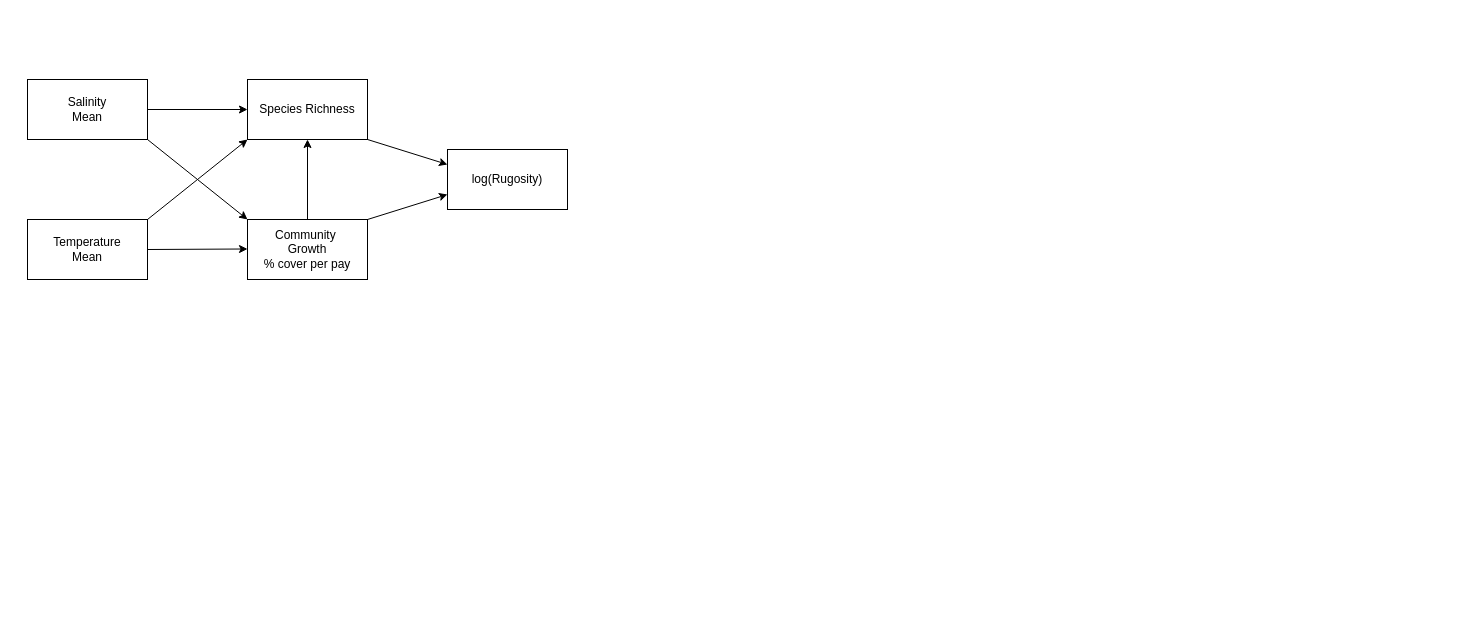
mawhal/panels-complexity keeps this draw.io diagram as sem/Panels SEM.drawio. Above is the earlier version. Source tidied: cells renumbered, new cells numbered last; positions are measured from the earlier drawing's top-left corner, leaving out a move shared by most shapes. Both pictures are drawn from the tidied source at 100%, with x=0, y=0 at pixel (27, 79).
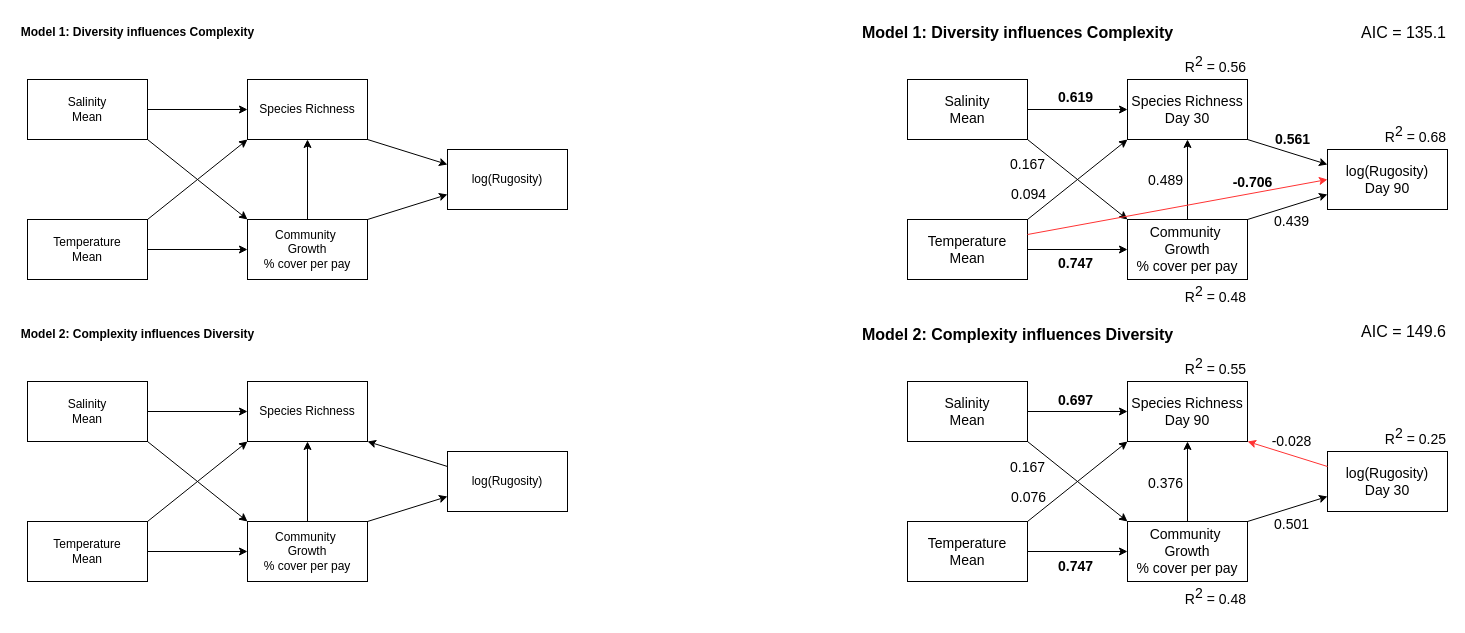
The same page after the edit.

Unchanged cells that the change refers to:
```xml
<mxCell id="3" value="Salinity&lt;div&gt;Mean&lt;/div&gt;" style="rounded=0;whiteSpace=wrap;html=1;" parent="1" vertex="1">
  <mxGeometry width="120" height="60" as="geometry" />
</mxCell>
<mxCell id="4" value="Community&amp;nbsp;&lt;div&gt;Growth&lt;/div&gt;&lt;div&gt;% cover per pay&lt;/div&gt;" style="whiteSpace=wrap;html=1;rounded=0;" parent="1" vertex="1">
  <mxGeometry x="220" y="140" width="120" height="60" as="geometry" />
</mxCell>
<mxCell id="5" value="Species Richness" style="whiteSpace=wrap;html=1;rounded=0;" parent="1" vertex="1">
  <mxGeometry x="220" width="120" height="60" as="geometry" />
</mxCell>
<mxCell id="7" value="Temperature&lt;div&gt;Mean&lt;/div&gt;" style="rounded=0;whiteSpace=wrap;html=1;" parent="1" vertex="1">
  <mxGeometry y="140" width="120" height="60" as="geometry" />
</mxCell>
<mxCell id="8" value="log(Rugosity)" style="whiteSpace=wrap;html=1;rounded=0;" parent="1" vertex="1">
  <mxGeometry x="420" y="70" width="120" height="60" as="geometry" />
</mxCell>
```

Change to the diagram source:
```diff
@@
-    <mxCell id="2" style="edgeStyle=orthogonalEdgeStyle;rounded=0;jettySize=auto;html=1;" parent="1" edge="1" source="3" target="5">
-      <mxGeometry relative="1" as="geometry" />
-    </mxCell>
@@
-    <mxCell id="9" style="endArrow=classic;html=1;rounded=0;entryX=0;entryY=0.25;entryDx=0;entryDy=0;" parent="1" edge="1" target="8">
-      <mxGeometry relative="1" as="geometry">
-        <mxPoint x="340" y="60" as="sourcePoint" />
-      </mxGeometry>
+    <mxCell id="9" style="endArrow=classic;html=1;rounded=0;entryX=0;entryY=0.25;entryDx=0;entryDy=0;exitX=1;exitY=1;exitDx=0;exitDy=0;" parent="1" edge="1" source="5" target="8">
+      <mxGeometry relative="1" as="geometry" />
     </mxCell>
@@
-    <mxCell id="11" style="edgeStyle=orthogonalEdgeStyle;rounded=0;jettySize=auto;html=1;exitX=1;exitY=0.5;exitDx=0;exitDy=0;" parent="1" edge="1" source="7">
-      <mxGeometry relative="1" as="geometry">
-        <mxPoint x="220" y="169.5" as="targetPoint" />
-      </mxGeometry>
-    </mxCell>
-    <mxCell id="12" style="endArrow=classic;html=1;rounded=0;exitX=1;exitY=0;exitDx=0;exitDy=0;entryX=0;entryY=0.75;entryDx=0;entryDy=0;" parent="1" edge="1" source="4" target="8">
-      <mxGeometry relative="1" as="geometry" />
+    <mxCell id="12" style="endArrow=classic;html=1;rounded=0;exitX=1;exitY=0;exitDx=0;exitDy=0;entryX=0;entryY=0.75;entryDx=0;entryDy=0;" parent="1" edge="1">
+      <mxGeometry relative="1" as="geometry">
+        <mxPoint x="340" y="442" as="sourcePoint" />
+        <mxPoint x="420" y="417" as="targetPoint" />
+      </mxGeometry>
     </mxCell>
@@
+    <mxCell id="14" value="Model 1: Diversity influences Complexity" style="text;html=1;align=center;verticalAlign=middle;strokeColor=none;fillColor=none;fontStyle=1;" parent="1" vertex="1">
+      <mxGeometry x="-10" y="-62" width="240" height="30" as="geometry" />
+    </mxCell>
+    <mxCell id="15" value="Salinity&lt;div&gt;Mean&lt;/div&gt;" style="rounded=0;whiteSpace=wrap;html=1;" parent="1" vertex="1">
+      <mxGeometry y="302" width="120" height="60" as="geometry" />
+    </mxCell>
+    <mxCell id="16" value="Community&amp;nbsp;&lt;div&gt;Growth&lt;/div&gt;&lt;div&gt;% cover per pay&lt;/div&gt;" style="whiteSpace=wrap;html=1;rounded=0;" parent="1" vertex="1">
+      <mxGeometry x="220" y="442" width="120" height="60" as="geometry" />
+    </mxCell>
+    <mxCell id="17" value="Species Richness" style="whiteSpace=wrap;html=1;rounded=0;" parent="1" vertex="1">
+      <mxGeometry x="220" y="302" width="120" height="60" as="geometry" />
+    </mxCell>
+    <mxCell id="18" style="endArrow=classic;html=1;rounded=0;entryX=0;entryY=0;entryDx=0;entryDy=0;exitX=1;exitY=1;exitDx=0;exitDy=0;" parent="1" edge="1" source="15" target="16">
+      <mxGeometry relative="1" as="geometry" />
+    </mxCell>
+    <mxCell id="19" value="Temperature&lt;div&gt;Mean&lt;/div&gt;" style="rounded=0;whiteSpace=wrap;html=1;" parent="1" vertex="1">
+      <mxGeometry y="442" width="120" height="60" as="geometry" />
+    </mxCell>
+    <mxCell id="20" value="log(Rugosity)" style="whiteSpace=wrap;html=1;rounded=0;" parent="1" vertex="1">
+      <mxGeometry x="420" y="372" width="120" height="60" as="geometry" />
+    </mxCell>
+    <mxCell id="21" style="endArrow=classic;html=1;rounded=0;entryX=1;entryY=1;entryDx=0;entryDy=0;exitX=0;exitY=0.25;exitDx=0;exitDy=0;" parent="1" edge="1" source="20" target="17">
+      <mxGeometry relative="1" as="geometry" />
+    </mxCell>
+    <mxCell id="22" style="endArrow=classic;html=1;rounded=0;entryX=0;entryY=1;entryDx=0;entryDy=0;exitX=1;exitY=0;exitDx=0;exitDy=0;" parent="1" edge="1" source="19" target="17">
+      <mxGeometry relative="1" as="geometry" />
+    </mxCell>
+    <mxCell id="23" style="endArrow=classic;html=1;rounded=0;exitX=0.5;exitY=0;exitDx=0;exitDy=0;entryX=0.5;entryY=1;entryDx=0;entryDy=0;" parent="1" edge="1" source="16" target="17">
+      <mxGeometry relative="1" as="geometry" />
+    </mxCell>
+    <mxCell id="24" value="Model 2: Complexity influences Diversity" style="text;html=1;align=center;verticalAlign=middle;strokeColor=none;fillColor=none;fontStyle=1;" parent="1" vertex="1">
+      <mxGeometry x="-10" y="240" width="240" height="30" as="geometry" />
+    </mxCell>
+    <mxCell id="25" style="endArrow=classic;html=1;rounded=0;exitX=1;exitY=0.5;exitDx=0;exitDy=0;entryX=0;entryY=0.5;entryDx=0;entryDy=0;" parent="1" edge="1" source="15" target="17">
+      <mxGeometry relative="1" as="geometry" />
+    </mxCell>
+    <mxCell id="26" style="endArrow=classic;html=1;rounded=0;exitX=1;exitY=0.5;exitDx=0;exitDy=0;entryX=0;entryY=0.5;entryDx=0;entryDy=0;" parent="1" edge="1" source="19" target="16">
+      <mxGeometry relative="1" as="geometry" />
+    </mxCell>
+    <mxCell id="2" style="endArrow=classic;html=1;rounded=0;exitX=1;exitY=0.5;exitDx=0;exitDy=0;entryX=0;entryY=0.5;entryDx=0;entryDy=0;" parent="1" edge="1" source="3" target="5">
+      <mxGeometry relative="1" as="geometry" />
+    </mxCell>
+    <mxCell id="27" style="endArrow=classic;html=1;rounded=0;exitX=1;exitY=0.5;exitDx=0;exitDy=0;entryX=0;entryY=0.5;entryDx=0;entryDy=0;" parent="1" edge="1" source="7" target="4">
+      <mxGeometry relative="1" as="geometry" />
+    </mxCell>
+    <mxCell id="28" value="Salinity&lt;div style=&quot;font-size: 14px;&quot;&gt;Mean&lt;/div&gt;" style="rounded=0;whiteSpace=wrap;html=1;fontSize=14;" parent="1" vertex="1">
+      <mxGeometry x="880" width="120" height="60" as="geometry" />
+    </mxCell>
+    <mxCell id="29" value="Community&amp;nbsp;&lt;div style=&quot;font-size: 14px;&quot;&gt;Growth&lt;/div&gt;&lt;div style=&quot;font-size: 14px;&quot;&gt;% cover per pay&lt;/div&gt;" style="whiteSpace=wrap;html=1;rounded=0;fontSize=14;" parent="1" vertex="1">
+      <mxGeometry x="1100" y="140" width="120" height="60" as="geometry" />
+    </mxCell>
+    <mxCell id="30" value="Species Richness&lt;div style=&quot;font-size: 14px;&quot;&gt;Day 30&lt;/div&gt;" style="whiteSpace=wrap;html=1;rounded=0;fontSize=14;" parent="1" vertex="1">
+      <mxGeometry x="1100" width="120" height="60" as="geometry" />
+    </mxCell>
+    <mxCell id="31" style="endArrow=classic;html=1;rounded=0;entryX=0;entryY=0;entryDx=0;entryDy=0;exitX=1;exitY=1;exitDx=0;exitDy=0;fontSize=14;" parent="1" edge="1" source="28" target="29">
+      <mxGeometry relative="1" as="geometry" />
+    </mxCell>
+    <mxCell id="32" value="Temperature&lt;div style=&quot;font-size: 14px;&quot;&gt;Mean&lt;/div&gt;" style="rounded=0;whiteSpace=wrap;html=1;fontSize=14;" parent="1" vertex="1">
+      <mxGeometry x="880" y="140" width="120" height="60" as="geometry" />
+    </mxCell>
+    <mxCell id="33" value="log(Rugosity)&lt;div style=&quot;font-size: 14px;&quot;&gt;Day 90&lt;/div&gt;" style="whiteSpace=wrap;html=1;rounded=0;fontSize=14;" parent="1" vertex="1">
+      <mxGeometry x="1300" y="70" width="120" height="60" as="geometry" />
+    </mxCell>
+    <mxCell id="34" style="endArrow=classic;html=1;rounded=0;entryX=0;entryY=0.25;entryDx=0;entryDy=0;exitX=1;exitY=1;exitDx=0;exitDy=0;fontSize=14;" parent="1" edge="1" source="30" target="33">
+      <mxGeometry relative="1" as="geometry" />
+    </mxCell>
+    <mxCell id="35" style="endArrow=classic;html=1;rounded=0;entryX=0;entryY=1;entryDx=0;entryDy=0;exitX=1;exitY=0;exitDx=0;exitDy=0;curved=0;fontSize=14;" parent="1" edge="1" source="32" target="30">
+      <mxGeometry relative="1" as="geometry" />
+    </mxCell>
+    <mxCell id="36" style="endArrow=classic;html=1;rounded=0;exitX=1;exitY=0;exitDx=0;exitDy=0;entryX=0;entryY=0.75;entryDx=0;entryDy=0;fontSize=14;" parent="1" edge="1">
+      <mxGeometry relative="1" as="geometry">
+        <mxPoint x="1220" y="442" as="sourcePoint" />
+        <mxPoint x="1300" y="417" as="targetPoint" />
+      </mxGeometry>
+    </mxCell>
+    <mxCell id="37" style="endArrow=classic;html=1;rounded=0;exitX=0.5;exitY=0;exitDx=0;exitDy=0;entryX=0.5;entryY=1;entryDx=0;entryDy=0;fontSize=14;" parent="1" edge="1" source="29" target="30">
+      <mxGeometry relative="1" as="geometry" />
+    </mxCell>
+    <mxCell id="38" value="Model 1: Diversity influences Complexity" style="text;html=1;align=center;verticalAlign=middle;strokeColor=none;fillColor=none;fontStyle=1;fontSize=16;" parent="1" vertex="1">
+      <mxGeometry x="835" y="-62" width="310" height="30" as="geometry" />
+    </mxCell>
+    <mxCell id="39" value="Salinity&lt;div style=&quot;font-size: 14px;&quot;&gt;Mean&lt;/div&gt;" style="rounded=0;whiteSpace=wrap;html=1;fontSize=14;" parent="1" vertex="1">
+      <mxGeometry x="880" y="302" width="120" height="60" as="geometry" />
+    </mxCell>
+    <mxCell id="40" value="Community&amp;nbsp;&lt;div style=&quot;font-size: 14px;&quot;&gt;Growth&lt;/div&gt;&lt;div style=&quot;font-size: 14px;&quot;&gt;% cover per pay&lt;/div&gt;" style="whiteSpace=wrap;html=1;rounded=0;fontSize=14;" parent="1" vertex="1">
+      <mxGeometry x="1100" y="442" width="120" height="60" as="geometry" />
+    </mxCell>
+    <mxCell id="41" value="Species Richness&lt;div style=&quot;font-size: 14px;&quot;&gt;Day 90&lt;/div&gt;" style="whiteSpace=wrap;html=1;rounded=0;fontSize=14;" parent="1" vertex="1">
+      <mxGeometry x="1100" y="302" width="120" height="60" as="geometry" />
+    </mxCell>
+    <mxCell id="42" style="endArrow=classic;html=1;rounded=0;entryX=0;entryY=0;entryDx=0;entryDy=0;exitX=1;exitY=1;exitDx=0;exitDy=0;fontSize=14;" parent="1" edge="1" source="39" target="40">
+      <mxGeometry relative="1" as="geometry" />
+    </mxCell>
+    <mxCell id="43" value="Temperature&lt;div style=&quot;font-size: 14px;&quot;&gt;Mean&lt;/div&gt;" style="rounded=0;whiteSpace=wrap;html=1;fontSize=14;" parent="1" vertex="1">
+      <mxGeometry x="880" y="442" width="120" height="60" as="geometry" />
+    </mxCell>
+    <mxCell id="44" value="log(Rugosity)&lt;div style=&quot;font-size: 14px;&quot;&gt;Day 30&lt;/div&gt;" style="whiteSpace=wrap;html=1;rounded=0;fontSize=14;" parent="1" vertex="1">
+      <mxGeometry x="1300" y="372" width="120" height="60" as="geometry" />
+    </mxCell>
+    <mxCell id="45" style="endArrow=classic;html=1;rounded=0;entryX=1;entryY=1;entryDx=0;entryDy=0;exitX=0;exitY=0.25;exitDx=0;exitDy=0;strokeColor=#FF3333;fontSize=14;" parent="1" edge="1" source="44" target="41">
+      <mxGeometry relative="1" as="geometry" />
+    </mxCell>
+    <mxCell id="46" style="endArrow=classic;html=1;rounded=0;entryX=0;entryY=1;entryDx=0;entryDy=0;exitX=1;exitY=0;exitDx=0;exitDy=0;fontSize=14;" parent="1" edge="1" source="43" target="41">
+      <mxGeometry relative="1" as="geometry" />
+    </mxCell>
+    <mxCell id="47" style="endArrow=classic;html=1;rounded=0;exitX=0.5;exitY=0;exitDx=0;exitDy=0;entryX=0.5;entryY=1;entryDx=0;entryDy=0;fontSize=14;" parent="1" edge="1" source="40" target="41">
+      <mxGeometry relative="1" as="geometry" />
+    </mxCell>
+    <mxCell id="48" value="Model 2: Complexity influences Diversity" style="text;html=1;align=center;verticalAlign=middle;strokeColor=none;fillColor=none;fontStyle=1;fontSize=16;" parent="1" vertex="1">
+      <mxGeometry x="835" y="240" width="310" height="30" as="geometry" />
+    </mxCell>
+    <mxCell id="49" style="endArrow=classic;html=1;rounded=0;exitX=1;exitY=0.5;exitDx=0;exitDy=0;entryX=0;entryY=0.5;entryDx=0;entryDy=0;fontSize=14;" parent="1" edge="1" source="39" target="41">
+      <mxGeometry relative="1" as="geometry" />
+    </mxCell>
+    <mxCell id="50" style="endArrow=classic;html=1;rounded=0;exitX=1;exitY=0.5;exitDx=0;exitDy=0;entryX=0;entryY=0.5;entryDx=0;entryDy=0;fontSize=14;" parent="1" edge="1" source="43" target="40">
+      <mxGeometry relative="1" as="geometry" />
+    </mxCell>
+    <mxCell id="51" style="endArrow=classic;html=1;rounded=0;exitX=1;exitY=0.5;exitDx=0;exitDy=0;entryX=0;entryY=0.5;entryDx=0;entryDy=0;fontSize=14;" parent="1" edge="1" source="28" target="30">
+      <mxGeometry relative="1" as="geometry" />
+    </mxCell>
+    <mxCell id="52" style="endArrow=classic;html=1;rounded=0;exitX=1;exitY=0.5;exitDx=0;exitDy=0;entryX=0;entryY=0.5;entryDx=0;entryDy=0;fontSize=14;" parent="1" edge="1" source="32" target="29">
+      <mxGeometry relative="1" as="geometry" />
+    </mxCell>
+    <mxCell id="53" value="AIC = 149.6" style="text;html=1;align=right;verticalAlign=middle;strokeColor=none;fillColor=none;fontSize=16;" parent="1" vertex="1">
+      <mxGeometry x="1310" y="237" width="110" height="30" as="geometry" />
+    </mxCell>
+    <mxCell id="54" value="AIC = 135.1" style="text;html=1;align=right;verticalAlign=middle;strokeColor=none;fillColor=none;fontSize=16;" parent="1" vertex="1">
+      <mxGeometry x="1310" y="-62" width="110" height="30" as="geometry" />
+    </mxCell>
+    <mxCell id="55" style="endArrow=classic;html=1;rounded=0;exitX=1;exitY=0.25;exitDx=0;exitDy=0;entryX=0;entryY=0.5;entryDx=0;entryDy=0;strokeColor=#FF3333;fontSize=14;" parent="1" edge="1">
+      <mxGeometry relative="1" as="geometry">
+        <mxPoint x="1000" y="155" as="sourcePoint" />
+        <mxPoint x="1300" y="100" as="targetPoint" />
+      </mxGeometry>
+    </mxCell>
+    <mxCell id="56" style="endArrow=classic;html=1;rounded=0;exitX=1;exitY=0;exitDx=0;exitDy=0;entryX=0;entryY=0.75;entryDx=0;entryDy=0;" parent="1" edge="1">
+      <mxGeometry relative="1" as="geometry">
+        <mxPoint x="340" y="140" as="sourcePoint" />
+        <mxPoint x="420" y="115" as="targetPoint" />
+      </mxGeometry>
+    </mxCell>
+    <mxCell id="57" style="endArrow=classic;html=1;rounded=0;exitX=1;exitY=0;exitDx=0;exitDy=0;entryX=0;entryY=0.75;entryDx=0;entryDy=0;fontSize=14;" parent="1" edge="1">
+      <mxGeometry relative="1" as="geometry">
+        <mxPoint x="1220" y="140" as="sourcePoint" />
+        <mxPoint x="1300" y="115" as="targetPoint" />
+      </mxGeometry>
+    </mxCell>
+    <mxCell id="58" value="&lt;div style=&quot;font-size: 14px;&quot;&gt;&lt;span style=&quot;background-color: initial; font-size: 14px;&quot;&gt;R&lt;/span&gt;&lt;sup style=&quot;background-color: initial; font-size: 14px;&quot;&gt;2 &lt;/sup&gt;&lt;span style=&quot;background-color: initial; font-size: 14px;&quot;&gt;= 0.68&lt;/span&gt;&lt;/div&gt;" style="text;html=1;align=right;verticalAlign=middle;strokeColor=none;fillColor=none;fontSize=14;" parent="1" vertex="1">
+      <mxGeometry x="1340" y="35" width="80" height="40" as="geometry" />
+    </mxCell>
+    <mxCell id="59" value="&lt;div style=&quot;font-size: 14px;&quot;&gt;&lt;span style=&quot;background-color: initial; font-size: 14px;&quot;&gt;R&lt;/span&gt;&lt;sup style=&quot;background-color: initial; font-size: 14px;&quot;&gt;2 &lt;/sup&gt;&lt;span style=&quot;background-color: initial; font-size: 14px;&quot;&gt;= 0.56&lt;/span&gt;&lt;/div&gt;" style="text;html=1;align=right;verticalAlign=middle;strokeColor=none;fillColor=none;fontSize=14;" parent="1" vertex="1">
+      <mxGeometry x="1140" y="-35" width="80" height="40" as="geometry" />
+    </mxCell>
+    <mxCell id="60" value="&lt;div style=&quot;font-size: 14px;&quot;&gt;&lt;span style=&quot;background-color: initial; font-size: 14px;&quot;&gt;R&lt;/span&gt;&lt;sup style=&quot;background-color: initial; font-size: 14px;&quot;&gt;2 &lt;/sup&gt;&lt;span style=&quot;background-color: initial; font-size: 14px;&quot;&gt;= 0.48&lt;/span&gt;&lt;/div&gt;" style="text;html=1;align=right;verticalAlign=middle;strokeColor=none;fillColor=none;fontSize=14;" parent="1" vertex="1">
+      <mxGeometry x="1140" y="195" width="80" height="40" as="geometry" />
+    </mxCell>
+    <mxCell id="61" value="&lt;div style=&quot;font-size: 14px;&quot;&gt;&lt;span style=&quot;background-color: initial; font-size: 14px;&quot;&gt;R&lt;/span&gt;&lt;sup style=&quot;background-color: initial; font-size: 14px;&quot;&gt;2 &lt;/sup&gt;&lt;span style=&quot;background-color: initial; font-size: 14px;&quot;&gt;= 0.25&lt;/span&gt;&lt;/div&gt;" style="text;html=1;align=right;verticalAlign=middle;strokeColor=none;fillColor=none;fontSize=14;" parent="1" vertex="1">
+      <mxGeometry x="1340" y="337" width="80" height="40" as="geometry" />
+    </mxCell>
+    <mxCell id="62" value="&lt;div style=&quot;font-size: 14px;&quot;&gt;&lt;span style=&quot;background-color: initial; font-size: 14px;&quot;&gt;R&lt;/span&gt;&lt;sup style=&quot;background-color: initial; font-size: 14px;&quot;&gt;2 &lt;/sup&gt;&lt;span style=&quot;background-color: initial; font-size: 14px;&quot;&gt;= 0.55&lt;/span&gt;&lt;/div&gt;" style="text;html=1;align=right;verticalAlign=middle;strokeColor=none;fillColor=none;fontSize=14;" parent="1" vertex="1">
+      <mxGeometry x="1140" y="267" width="80" height="40" as="geometry" />
+    </mxCell>
+    <mxCell id="63" value="&lt;div style=&quot;font-size: 14px;&quot;&gt;&lt;span style=&quot;background-color: initial; font-size: 14px;&quot;&gt;R&lt;/span&gt;&lt;sup style=&quot;background-color: initial; font-size: 14px;&quot;&gt;2 &lt;/sup&gt;&lt;span style=&quot;background-color: initial; font-size: 14px;&quot;&gt;= 0.48&lt;/span&gt;&lt;/div&gt;" style="text;html=1;align=right;verticalAlign=middle;strokeColor=none;fillColor=none;fontSize=14;" parent="1" vertex="1">
+      <mxGeometry x="1140" y="497" width="80" height="40" as="geometry" />
+    </mxCell>
+    <mxCell id="64" value="0.747" style="text;html=1;align=center;verticalAlign=middle;strokeColor=none;fillColor=none;fontStyle=1;fontSize=14;" parent="1" vertex="1">
+      <mxGeometry x="1018" y="169" width="60" height="30" as="geometry" />
+    </mxCell>
+    <mxCell id="65" value="0.167" style="text;html=1;align=center;verticalAlign=middle;strokeColor=none;fillColor=none;fontSize=14;" parent="1" vertex="1">
+      <mxGeometry x="970" y="70" width="60" height="30" as="geometry" />
+    </mxCell>
+    <mxCell id="66" value="0.619" style="text;html=1;align=center;verticalAlign=middle;strokeColor=none;fillColor=none;fontStyle=1;fontSize=14;" parent="1" vertex="1">
+      <mxGeometry x="1018" y="3" width="60" height="30" as="geometry" />
+    </mxCell>
+    <mxCell id="67" value="0.489" style="text;html=1;align=center;verticalAlign=middle;strokeColor=none;fillColor=none;fontSize=14;" parent="1" vertex="1">
+      <mxGeometry x="1108" y="86" width="60" height="30" as="geometry" />
+    </mxCell>
+    <mxCell id="68" value="-0.706" style="text;html=1;align=center;verticalAlign=middle;strokeColor=none;fillColor=none;fontStyle=1;fontSize=14;" parent="1" vertex="1">
+      <mxGeometry x="1195" y="88" width="60" height="30" as="geometry" />
+    </mxCell>
+    <mxCell id="69" value="0.439" style="text;html=1;align=center;verticalAlign=middle;strokeColor=none;fillColor=none;fontSize=14;" parent="1" vertex="1">
+      <mxGeometry x="1234" y="127" width="60" height="30" as="geometry" />
+    </mxCell>
+    <mxCell id="70" value="0.561" style="text;html=1;align=center;verticalAlign=middle;strokeColor=none;fillColor=none;fontStyle=1;fontSize=14;" parent="1" vertex="1">
+      <mxGeometry x="1235" y="45" width="60" height="30" as="geometry" />
+    </mxCell>
+    <mxCell id="71" value="0.094" style="text;html=1;align=center;verticalAlign=middle;strokeColor=none;fillColor=none;fontSize=14;" parent="1" vertex="1">
+      <mxGeometry x="971" y="100" width="60" height="30" as="geometry" />
+    </mxCell>
+    <mxCell id="72" value="0.747" style="text;html=1;align=center;verticalAlign=middle;strokeColor=none;fillColor=none;fontStyle=1;fontSize=14;" parent="1" vertex="1">
+      <mxGeometry x="1018" y="472" width="60" height="30" as="geometry" />
+    </mxCell>
+    <mxCell id="73" value="0.167" style="text;html=1;align=center;verticalAlign=middle;strokeColor=none;fillColor=none;fontSize=14;" parent="1" vertex="1">
+      <mxGeometry x="970" y="373" width="60" height="30" as="geometry" />
+    </mxCell>
+    <mxCell id="74" value="0.697" style="text;html=1;align=center;verticalAlign=middle;strokeColor=none;fillColor=none;fontStyle=1;fontSize=14;" parent="1" vertex="1">
+      <mxGeometry x="1018" y="306" width="60" height="30" as="geometry" />
+    </mxCell>
+    <mxCell id="75" value="0.376" style="text;html=1;align=center;verticalAlign=middle;strokeColor=none;fillColor=none;fontSize=14;" parent="1" vertex="1">
+      <mxGeometry x="1108" y="389" width="60" height="30" as="geometry" />
+    </mxCell>
+    <mxCell id="76" value="0.501" style="text;html=1;align=center;verticalAlign=middle;strokeColor=none;fillColor=none;fontSize=14;" parent="1" vertex="1">
+      <mxGeometry x="1234" y="430" width="60" height="30" as="geometry" />
+    </mxCell>
+    <mxCell id="77" value="-0.028" style="text;html=1;align=center;verticalAlign=middle;strokeColor=none;fillColor=none;fontStyle=0;fontSize=14;" parent="1" vertex="1">
+      <mxGeometry x="1234" y="347" width="60" height="30" as="geometry" />
+    </mxCell>
+    <mxCell id="78" value="0.076" style="text;html=1;align=center;verticalAlign=middle;strokeColor=none;fillColor=none;fontSize=14;" parent="1" vertex="1">
+      <mxGeometry x="971" y="403" width="60" height="30" as="geometry" />
+    </mxCell>
```
